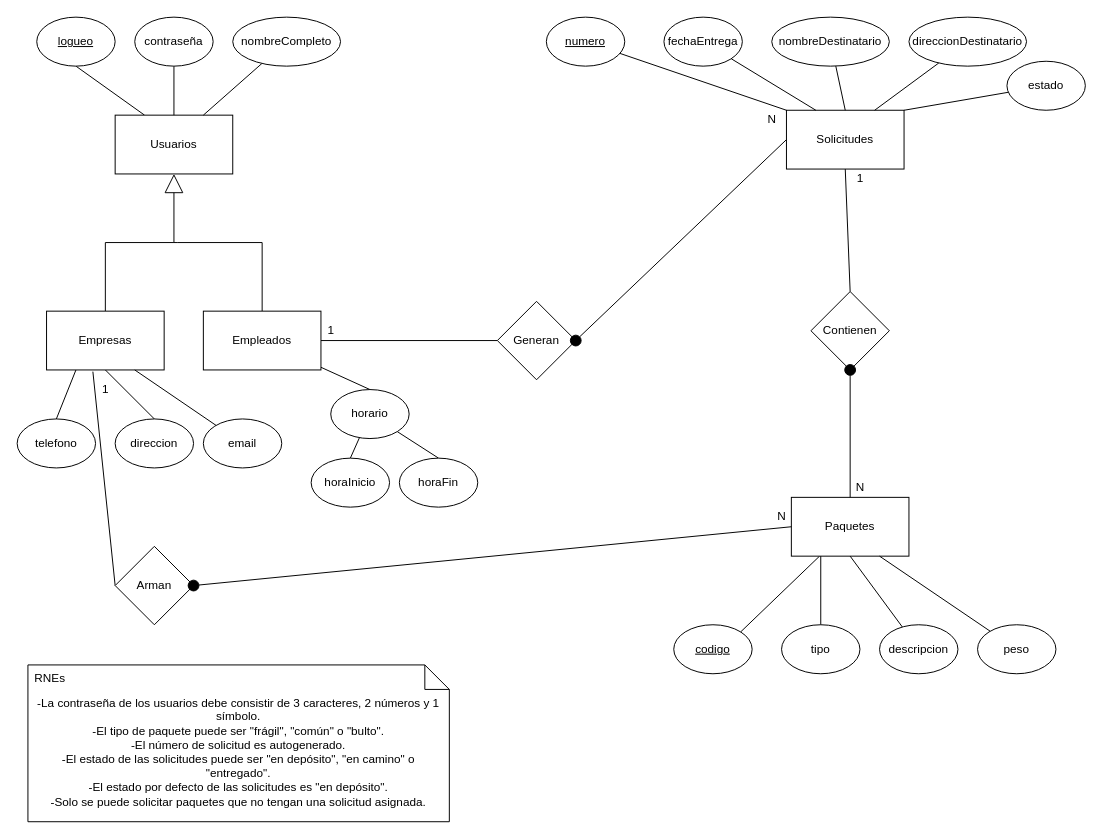
Above: Documentacion/MER.drawio in Gerosomma/ProyectoFinal2021 (draw.io), before the change. Source tidied: cells renumbered, new cells numbered last; positions are measured from the earlier drawing's top-left corner, leaving out a move shared by most shapes. Both pictures are drawn from the tidied source at 98%, with x=0, y=0 at pixel (17, 17).
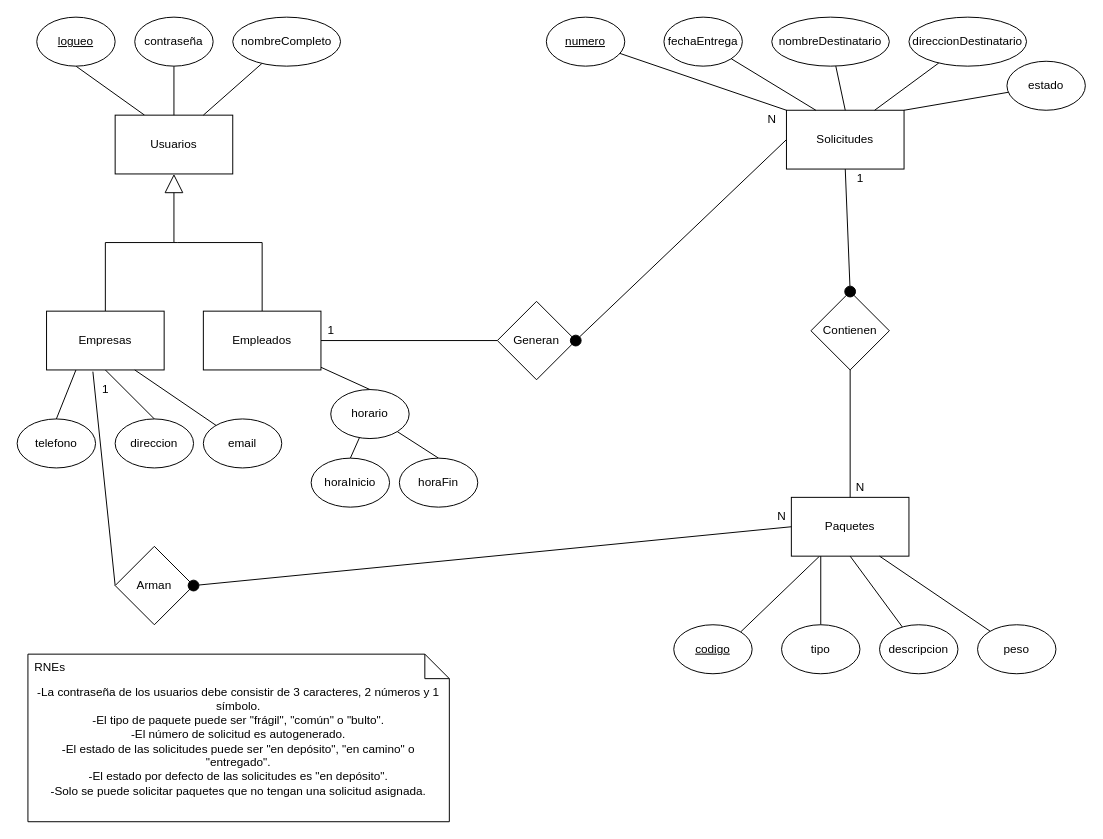
After the change.

The change refers to these unchanged cells:
```xml
<mxCell id="4" value="Solicitudes" style="rounded=0;whiteSpace=wrap;html=1;" parent="1" vertex="1">
  <mxGeometry x="785" y="95" width="120" height="60" as="geometry" />
</mxCell>
<mxCell id="32" value="Paquetes" style="rounded=0;whiteSpace=wrap;html=1;" parent="1" vertex="1">
  <mxGeometry x="790" y="490" width="120" height="60" as="geometry" />
</mxCell>
<mxCell id="47" value="Contienen" style="rhombus;whiteSpace=wrap;html=1;" parent="1" vertex="1">
  <mxGeometry x="810" y="280" width="80" height="80" as="geometry" />
</mxCell>
```

What changed in the source:
```diff
@@
     <mxCell id="21" value="-La contraseña de los usuarios debe consistir de 3 caracteres, 2 números y 1 símbolo.&lt;br&gt;-El tipo de paquete puede ser &quot;frágil&quot;, &quot;común&quot; o &quot;bulto&quot;.&lt;br&gt;-El número de solicitud es autogenerado.&lt;br&gt;-El estado de las solicitudes puede ser &quot;en depósito&quot;, &quot;en camino&quot; o &quot;entregado&quot;.&lt;br&gt;-El estado por defecto de las solicitudes es &quot;en depósito&quot;.&lt;br&gt;-Solo se puede solicitar paquetes que no tengan una solicitud asignada." style="shape=note2;boundedLbl=1;whiteSpace=wrap;html=1;size=25;verticalAlign=top;align=center;" parent="1" vertex="1">
-      <mxGeometry x="11" y="661" width="430" height="160" as="geometry" />
+      <mxGeometry x="11" y="650" width="430" height="171" as="geometry" />
     </mxCell>
@@
-    <mxCell id="53" style="edgeStyle=none;rounded=0;jettySize=auto;html=1;entryX=0.5;entryY=0;entryDx=0;entryDy=0;endArrow=none;endFill=0;endSize=11;strokeWidth=1;exitX=0.5;exitY=1;exitDx=0;exitDy=0;" parent="1" edge="1" source="4" target="47">
+    <mxCell id="53" style="edgeStyle=none;rounded=0;jettySize=auto;html=1;entryX=0.5;entryY=0;entryDx=0;entryDy=0;endArrow=oval;endFill=1;endSize=11;strokeWidth=1;exitX=0.5;exitY=1;exitDx=0;exitDy=0;" parent="1" edge="1" source="4" target="47">
       <mxGeometry relative="1" as="geometry" />
     </mxCell>
@@
-    <mxCell id="57" style="rounded=0;jettySize=auto;html=1;endArrow=none;endFill=0;endSize=11;startArrow=oval;startFill=1;exitX=0.5;exitY=1;exitDx=0;exitDy=0;targetPerimeterSpacing=0;startSize=11;" parent="1" edge="1" source="47" target="32">
+    <mxCell id="57" style="rounded=0;jettySize=auto;html=1;endArrow=none;endFill=0;endSize=11;startArrow=none;startFill=0;exitX=0.5;exitY=1;exitDx=0;exitDy=0;targetPerimeterSpacing=0;startSize=11;" parent="1" edge="1" source="47" target="32">
       <mxGeometry relative="1" as="geometry" />
     </mxCell>
```
